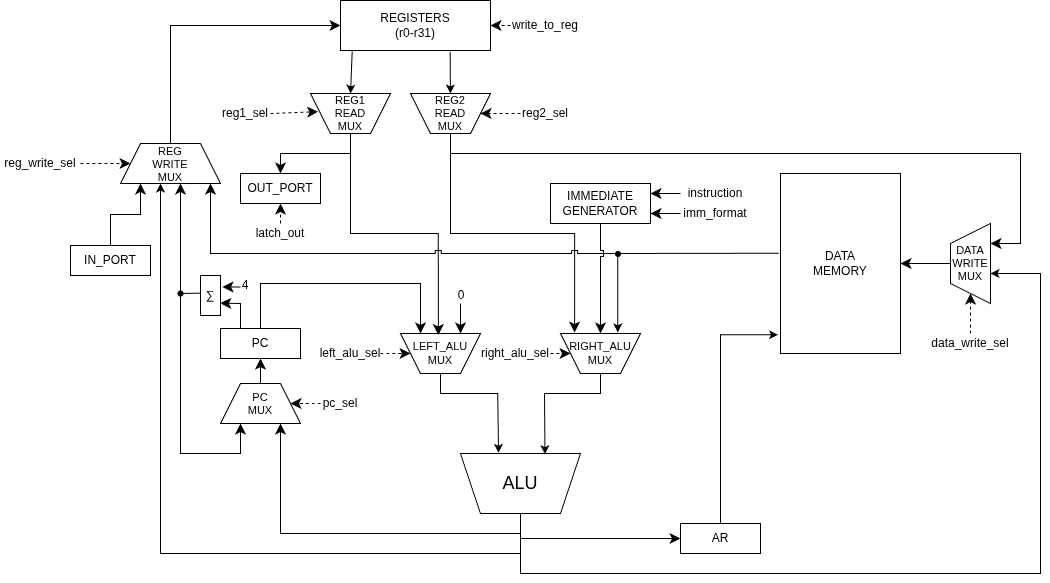
This is datapath.png from IlyaGorelov/meow, a draw.io export, as it was before one commit. Source tidied: cells renumbered, new cells last; positions are measured from the earlier drawing's top-left corner, leaving out a move shared by most shapes.
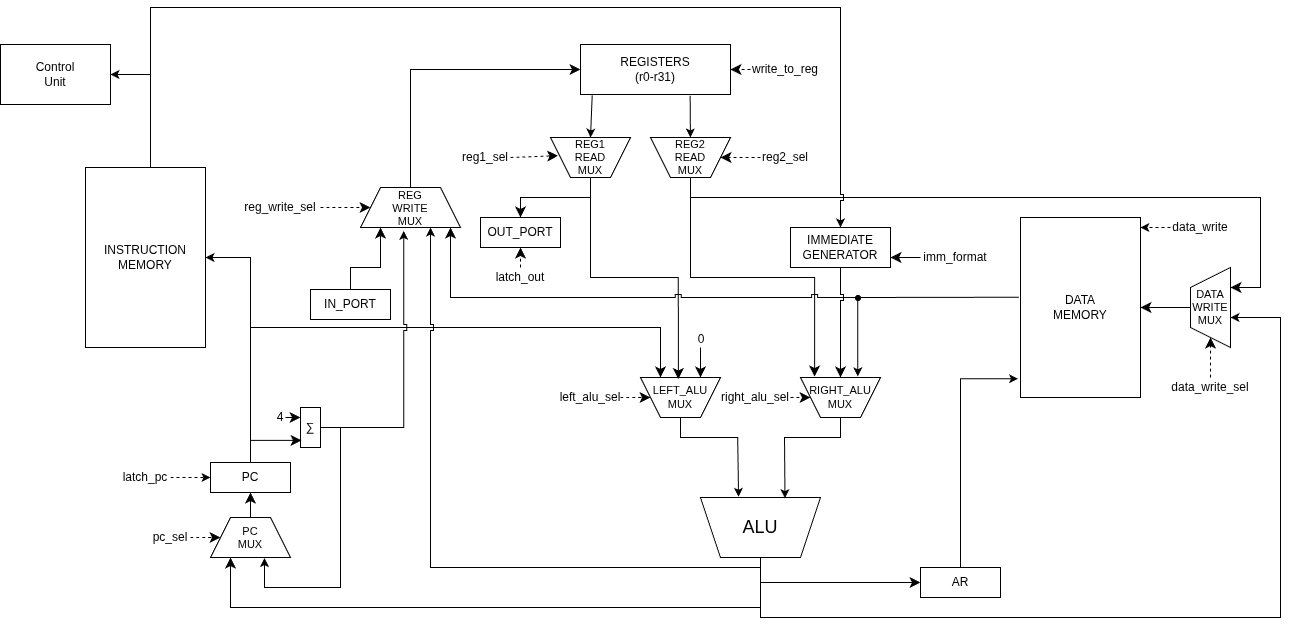
After the commit.

What changed in the source:
```diff
@@ -118,12 +118,12 @@
       <mxGeometry x="456" y="290" width="10" height="10" as="geometry" />
     </mxCell>
     <mxCell id="31" value="PC" style="rounded=0;whiteSpace=wrap;html=1;" parent="1" vertex="1">
-      <mxGeometry x="220" y="328" width="80" height="30" as="geometry" />
+      <mxGeometry x="-30" y="418" width="80" height="30" as="geometry" />
     </mxCell>
-    <mxCell id="32" style="endArrow=classic;html=1;rounded=0;fontSize=12;defaultLabelBackgroundColor=page;startSize=8;endSize=8;entryX=0.75;entryY=1;entryDx=0;entryDy=0;exitX=0.5;exitY=0;exitDx=0;exitDy=0;edgeStyle=orthogonalEdgeStyle;" parent="1" edge="1" source="31" target="2">
+    <mxCell id="32" style="endArrow=classic;html=1;rounded=0;fontSize=12;defaultLabelBackgroundColor=page;startSize=8;endSize=8;entryX=0.75;entryY=1;entryDx=0;entryDy=0;exitX=0.5;exitY=0;exitDx=0;exitDy=0;edgeStyle=orthogonalEdgeStyle;jumpStyle=sharp;" parent="1" edge="1" source="31" target="2">
       <mxGeometry relative="1" as="geometry">
         <Array as="points">
-          <mxPoint x="260" y="283" />
+          <mxPoint x="10" y="283" />
           <mxPoint x="420" y="283" />
         </Array>
       </mxGeometry>
@@ -131,14 +131,6 @@
     <mxCell id="33" value="IMMEDIATE&lt;div&gt;GENERATOR&lt;/div&gt;" style="rounded=0;whiteSpace=wrap;html=1;" parent="1" vertex="1">
       <mxGeometry x="550" y="183" width="100" height="40" as="geometry" />
     </mxCell>
-    <mxCell id="34" style="endArrow=classic;html=1;rounded=0;fontSize=12;defaultLabelBackgroundColor=page;startSize=8;endSize=8;curved=1;entryX=1;entryY=0.25;entryDx=0;entryDy=0;" parent="1" edge="1" target="33">
-      <mxGeometry relative="1" as="geometry">
-        <mxPoint x="680" y="193" as="sourcePoint" />
-      </mxGeometry>
-    </mxCell>
-    <mxCell id="35" value="instruction" style="text;html=1;whiteSpace=wrap;strokeColor=none;fillColor=none;align=center;verticalAlign=middle;rounded=0;" parent="1" vertex="1">
-      <mxGeometry x="680" y="183" width="70" height="20" as="geometry" />
-    </mxCell>
     <mxCell id="36" style="endArrow=classic;html=1;rounded=0;fontSize=12;defaultLabelBackgroundColor=page;startSize=8;endSize=8;curved=1;entryX=1;entryY=0.25;entryDx=0;entryDy=0;" parent="1" edge="1">
       <mxGeometry relative="1" as="geometry">
         <mxPoint x="680" y="213" as="sourcePoint" />
@@ -148,9 +140,13 @@
     <mxCell id="37" value="imm_format" style="text;html=1;whiteSpace=wrap;strokeColor=none;fillColor=none;align=center;verticalAlign=middle;rounded=0;" parent="1" vertex="1">
       <mxGeometry x="680" y="203" width="70" height="20" as="geometry" />
     </mxCell>
-    <mxCell id="38" style="endArrow=classic;html=1;rounded=0;fontSize=12;defaultLabelBackgroundColor=page;startSize=8;endSize=8;edgeStyle=orthogonalEdgeStyle;entryX=0.75;entryY=1;entryDx=0;entryDy=0;" parent="1" edge="1" target="54">
-      <mxGeometry x="0.32" relative="1" as="geometry">
+    <mxCell id="38" style="endArrow=classic;html=1;rounded=0;fontSize=12;defaultLabelBackgroundColor=page;startSize=8;endSize=8;edgeStyle=orthogonalEdgeStyle;" parent="1" edge="1" target="54">
+      <mxGeometry x="0.25" relative="1" as="geometry">
         <mxPoint x="520" y="533" as="sourcePoint" />
+        <Array as="points">
+          <mxPoint x="520" y="563" />
+          <mxPoint x="-10" y="563" />
+        </Array>
       </mxGeometry>
     </mxCell>
     <mxCell id="39" style="endArrow=classic;html=1;rounded=0;fontSize=12;defaultLabelBackgroundColor=page;startSize=8;endSize=8;curved=1;entryX=0;entryY=0.5;entryDx=0;entryDy=0;" parent="1" edge="1" target="9">
@@ -179,11 +175,11 @@
     <mxCell id="44" value="data_write_sel" style="text;html=1;whiteSpace=wrap;strokeColor=none;fillColor=none;align=center;verticalAlign=middle;rounded=0;" parent="1" vertex="1">
       <mxGeometry x="930" y="333" width="80" height="20" as="geometry" />
     </mxCell>
-    <mxCell id="45" style="endArrow=classic;html=1;rounded=0;defaultLabelBackgroundColor=page;edgeStyle=orthogonalEdgeStyle;" parent="1" edge="1" source="4" target="47">
+    <mxCell id="45" style="endArrow=classic;html=1;rounded=0;defaultLabelBackgroundColor=page;edgeStyle=orthogonalEdgeStyle;jumpStyle=sharp;" parent="1" edge="1" source="4" target="47">
       <mxGeometry x="-0.02" relative="1" as="geometry">
         <Array as="points">
-          <mxPoint x="520" y="553" />
-          <mxPoint x="160" y="553" />
+          <mxPoint x="520" y="523" />
+          <mxPoint x="190" y="523" />
         </Array>
       </mxGeometry>
     </mxCell>
@@ -217,56 +213,40 @@
       <mxGeometry relative="1" as="geometry" />
     </mxCell>
     <mxCell id="54" value="PC&lt;div&gt;MUX&lt;/div&gt;" style="shape=trapezoid;perimeter=trapezoidPerimeter;whiteSpace=wrap;html=1;shapeInside=1;fixedSize=1;direction=east;fontSize=11;rounded=0;" parent="1" vertex="1">
-      <mxGeometry x="220" y="383" width="80" height="40" as="geometry" />
+      <mxGeometry x="-30" y="473" width="80" height="40" as="geometry" />
     </mxCell>
     <mxCell id="55" value="∑" style="rounded=0;whiteSpace=wrap;html=1;" parent="1" vertex="1">
-      <mxGeometry x="200" y="275" width="20" height="40" as="geometry" />
+      <mxGeometry x="60" y="363" width="20" height="40" as="geometry" />
     </mxCell>
-    <mxCell id="56" style="endArrow=classic;html=1;rounded=0;fontSize=12;defaultLabelBackgroundColor=page;startSize=8;endSize=8;curved=0;entryX=0.987;entryY=0.691;entryDx=0;entryDy=0;exitX=0.25;exitY=0;exitDx=0;exitDy=0;entryPerimeter=0;" parent="1" edge="1" source="31" target="55">
-      <mxGeometry x="0.02" relative="1" as="geometry">
+    <mxCell id="56" style="endArrow=classic;html=1;rounded=0;fontSize=12;defaultLabelBackgroundColor=page;startSize=8;endSize=8;curved=0;entryX=0.051;entryY=0.822;entryDx=0;entryDy=0;exitX=0.5;exitY=0;exitDx=0;exitDy=0;entryPerimeter=0;" parent="1" edge="1" source="31" target="55">
+      <mxGeometry x="0.19" relative="1" as="geometry">
         <Array as="points">
-          <mxPoint x="240" y="303" />
+          <mxPoint x="10" y="395.9" />
         </Array>
       </mxGeometry>
     </mxCell>
-    <mxCell id="57" style="endArrow=classic;html=1;rounded=0;fontSize=12;defaultLabelBackgroundColor=page;startSize=8;endSize=8;curved=1;entryX=1.099;entryY=0.286;entryDx=0;entryDy=0;entryPerimeter=0;" parent="1" edge="1" target="55">
-      <mxGeometry relative="1" as="geometry">
-        <mxPoint x="240" y="286.4" as="sourcePoint" />
-      </mxGeometry>
+    <mxCell id="57" style="endArrow=classic;html=1;rounded=0;fontSize=12;defaultLabelBackgroundColor=page;startSize=8;endSize=8;curved=1;entryX=0;entryY=0.25;entryDx=0;entryDy=0;exitX=1;exitY=0.5;exitDx=0;exitDy=0;" parent="1" edge="1" source="58" target="55">
+      <mxGeometry relative="1" as="geometry" />
     </mxCell>
     <mxCell id="58" value="4" style="text;html=1;whiteSpace=wrap;strokeColor=none;fillColor=none;align=center;verticalAlign=middle;rounded=0;" parent="1" vertex="1">
-      <mxGeometry x="240" y="275" width="10" height="20" as="geometry" />
+      <mxGeometry x="35" y="363" width="10" height="20" as="geometry" />
     </mxCell>
-    <mxCell id="59" style="endArrow=classic;html=1;rounded=0;fontSize=12;defaultLabelBackgroundColor=page;startSize=8;endSize=8;curved=0;entryX=0.6;entryY=1;entryDx=0;entryDy=0;exitX=-0.026;exitY=0.441;exitDx=0;exitDy=0;exitPerimeter=0;entryPerimeter=0;" parent="1" edge="1" source="55" target="47">
-      <mxGeometry x="0.02" relative="1" as="geometry">
-        <Array as="points">
-          <mxPoint x="180" y="293" />
-        </Array>
-      </mxGeometry>
-    </mxCell>
-    <mxCell id="60" style="endArrow=classic;html=1;rounded=0;fontSize=12;defaultLabelBackgroundColor=page;startSize=8;endSize=8;curved=0;entryX=0.25;entryY=1;entryDx=0;entryDy=0;" parent="1" edge="1" target="54">
-      <mxGeometry x="-0.09" relative="1" as="geometry">
-        <mxPoint x="180" y="293" as="sourcePoint" />
-        <Array as="points">
-          <mxPoint x="180" y="453" />
-          <mxPoint x="240" y="453" />
-        </Array>
-      </mxGeometry>
-    </mxCell>
     <mxCell id="61" style="edgeStyle=none;curved=1;rounded=0;curveGeometry=1;jettySize=auto;html=1;fontSize=12;defaultLabelBackgroundColor=page;startSize=8;endSize=8;dashed=1;" parent="1" edge="1" source="62" target="54">
       <mxGeometry relative="1" as="geometry" />
     </mxCell>
     <mxCell id="62" value="pc_sel" style="text;html=1;whiteSpace=wrap;strokeColor=none;fillColor=none;align=center;verticalAlign=middle;rounded=0;" parent="1" vertex="1">
-      <mxGeometry x="320" y="393" width="40" height="20" as="geometry" />
+      <mxGeometry x="-90" y="483" width="40" height="20" as="geometry" />
     </mxCell>
-    <mxCell id="63" style="ellipse;whiteSpace=wrap;html=1;shapeInside=1;fillColor=#000000;" parent="1" vertex="1">
-      <mxGeometry x="177.5" y="290.5" width="5" height="5" as="geometry" />
-    </mxCell>
     <mxCell id="64" value="IN_PORT" style="rounded=0;whiteSpace=wrap;html=1;" parent="1" vertex="1">
       <mxGeometry x="70" y="245" width="80" height="30" as="geometry" />
     </mxCell>
-    <mxCell id="65" style="edgeStyle=orthogonalEdgeStyle;rounded=0;jettySize=auto;html=1;entryX=0.2;entryY=1;entryDx=0;entryDy=0;entryPerimeter=0;fontSize=12;defaultLabelBackgroundColor=page;startSize=8;endSize=8;" parent="1" edge="1" source="64" target="47">
-      <mxGeometry relative="1" as="geometry" />
+    <mxCell id="65" style="edgeStyle=orthogonalEdgeStyle;rounded=0;jettySize=auto;html=1;fontSize=12;defaultLabelBackgroundColor=page;startSize=8;endSize=8;exitX=0.5;exitY=0;exitDx=0;exitDy=0;" parent="1" edge="1" source="64" target="47">
+      <mxGeometry x="0.39" relative="1" as="geometry">
+        <Array as="points">
+          <mxPoint x="110" y="223" />
+          <mxPoint x="140" y="223" />
+        </Array>
+      </mxGeometry>
     </mxCell>
     <mxCell id="66" value="OUT_PORT" style="rounded=0;whiteSpace=wrap;html=1;" parent="1" vertex="1">
       <mxGeometry x="240" y="173" width="80" height="30" as="geometry" />
@@ -285,5 +265,57 @@
     <mxCell id="69" value="latch_out" style="text;html=1;whiteSpace=wrap;strokeColor=none;fillColor=none;align=center;verticalAlign=middle;rounded=0;" parent="1" vertex="1">
       <mxGeometry x="255" y="223" width="50" height="20" as="geometry" />
     </mxCell>
+    <mxCell id="70" style="edgeStyle=orthogonalEdgeStyle;rounded=0;jettySize=auto;html=1;entryX=1;entryY=0.5;entryDx=0;entryDy=0;defaultLabelBackgroundColor=page;" parent="1" edge="1" source="72" target="73">
+      <mxGeometry relative="1" as="geometry">
+        <Array as="points">
+          <mxPoint x="-90" y="30" />
+        </Array>
+      </mxGeometry>
+    </mxCell>
+    <mxCell id="71" style="edgeStyle=orthogonalEdgeStyle;rounded=0;jettySize=auto;html=1;entryX=0.5;entryY=0;entryDx=0;entryDy=0;defaultLabelBackgroundColor=page;jumpStyle=sharp;" parent="1" edge="1" source="72" target="33">
+      <mxGeometry x="0.24" relative="1" as="geometry">
+        <Array as="points">
+          <mxPoint x="-90" y="-37" />
+          <mxPoint x="600" y="-37" />
+        </Array>
+      </mxGeometry>
+    </mxCell>
+    <mxCell id="72" value="INSTRUCTION&lt;div&gt;MEMORY&lt;/div&gt;" style="rounded=0;whiteSpace=wrap;html=1;" parent="1" vertex="1">
+      <mxGeometry x="-155" y="123" width="120" height="180" as="geometry" />
+    </mxCell>
+    <mxCell id="73" value="Control&lt;div&gt;Unit&lt;/div&gt;" style="rounded=0;whiteSpace=wrap;html=1;" parent="1" vertex="1">
+      <mxGeometry x="-240" width="110" height="60" as="geometry" />
+    </mxCell>
+    <mxCell id="74" style="edgeStyle=orthogonalEdgeStyle;rounded=0;jettySize=auto;html=1;defaultLabelBackgroundColor=page;dashed=1;" parent="1" edge="1" source="75" target="31">
+      <mxGeometry relative="1" as="geometry" />
+    </mxCell>
+    <mxCell id="75" value="latch_pc" style="text;html=1;whiteSpace=wrap;strokeColor=none;fillColor=none;align=center;verticalAlign=middle;rounded=0;" parent="1" vertex="1">
+      <mxGeometry x="-120" y="423" width="50" height="20" as="geometry" />
+    </mxCell>
+    <mxCell id="76" style="endArrow=classic;html=1;rounded=0;defaultLabelBackgroundColor=page;entryX=1;entryY=0.5;entryDx=0;entryDy=0;jumpStyle=sharp;exitX=0.5;exitY=0;exitDx=0;exitDy=0;" parent="1" edge="1" source="31" target="72">
+      <mxGeometry x="0.04" relative="1" as="geometry">
+        <Array as="points">
+          <mxPoint x="10" y="213" />
+        </Array>
+      </mxGeometry>
+    </mxCell>
+    <mxCell id="59" style="edgeStyle=orthogonalEdgeStyle;rounded=0;jettySize=auto;html=1;entryX=0.432;entryY=1.085;entryDx=0;entryDy=0;entryPerimeter=0;defaultLabelBackgroundColor=page;jumpStyle=sharp;" parent="1" edge="1" source="55" target="47">
+      <mxGeometry relative="1" as="geometry" />
+    </mxCell>
+    <mxCell id="77" style="edgeStyle=orthogonalEdgeStyle;rounded=0;jettySize=auto;html=1;entryX=0.675;entryY=1.012;entryDx=0;entryDy=0;entryPerimeter=0;defaultLabelBackgroundColor=page;" parent="1" edge="1" source="55" target="54">
+      <mxGeometry x="-0.2" relative="1" as="geometry">
+        <Array as="points">
+          <mxPoint x="100" y="383" />
+          <mxPoint x="100" y="543" />
+          <mxPoint x="24" y="543" />
+        </Array>
+      </mxGeometry>
+    </mxCell>
+    <mxCell id="78" value="data_write" style="text;html=1;whiteSpace=wrap;strokeColor=none;fillColor=none;align=center;verticalAlign=middle;rounded=0;" parent="1" vertex="1">
+      <mxGeometry x="930" y="173" width="60" height="20" as="geometry" />
+    </mxCell>
+    <mxCell id="79" style="edgeStyle=orthogonalEdgeStyle;rounded=0;jettySize=auto;html=1;entryX=0.999;entryY=0.056;entryDx=0;entryDy=0;entryPerimeter=0;defaultLabelBackgroundColor=page;dashed=1;" parent="1" edge="1" source="78" target="7">
+      <mxGeometry relative="1" as="geometry" />
+    </mxCell>
   </root>
 </mxGraphModel>
```
